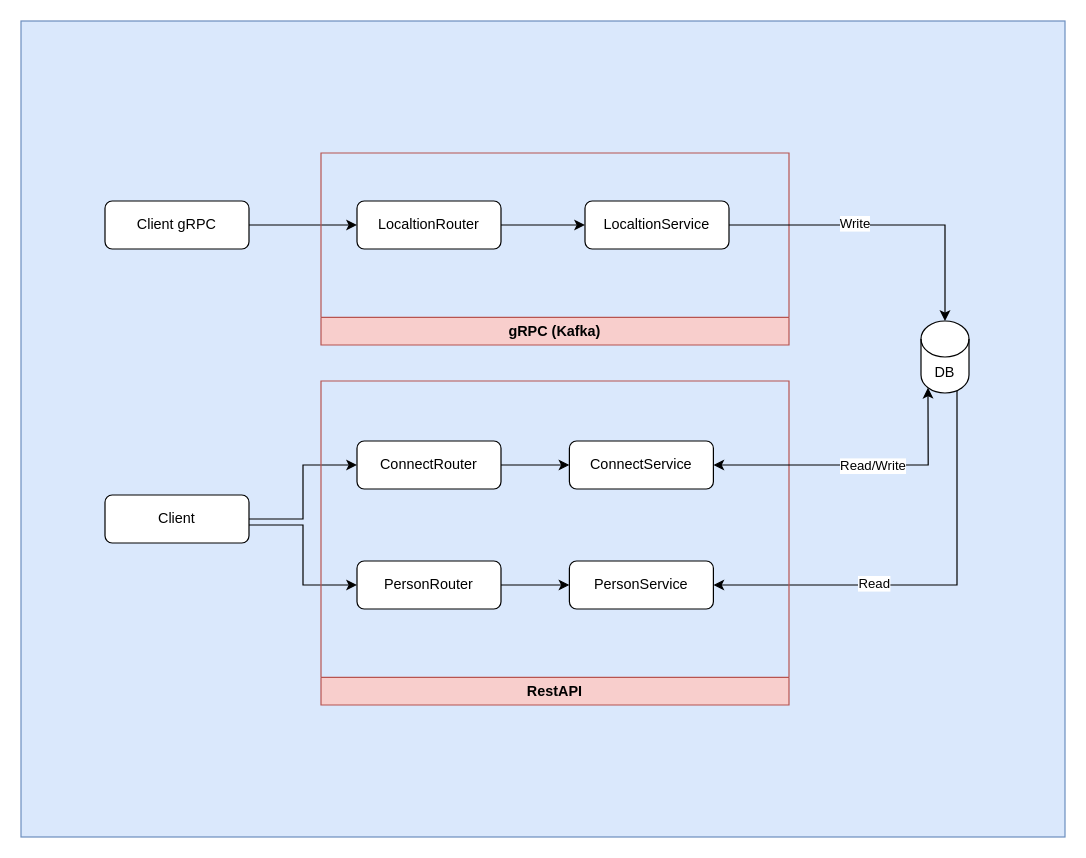
The draw.io diagram docs/draw.drawio in maihoang241993/cloud-prj2, before the edit. Source tidied: cells renumbered, new cells numbered last; positions are measured from the earlier drawing's top-left corner, leaving out a move shared by most shapes. Both pictures are drawn from the tidied source at 120%, with x=0, y=0 at pixel (20, 20).
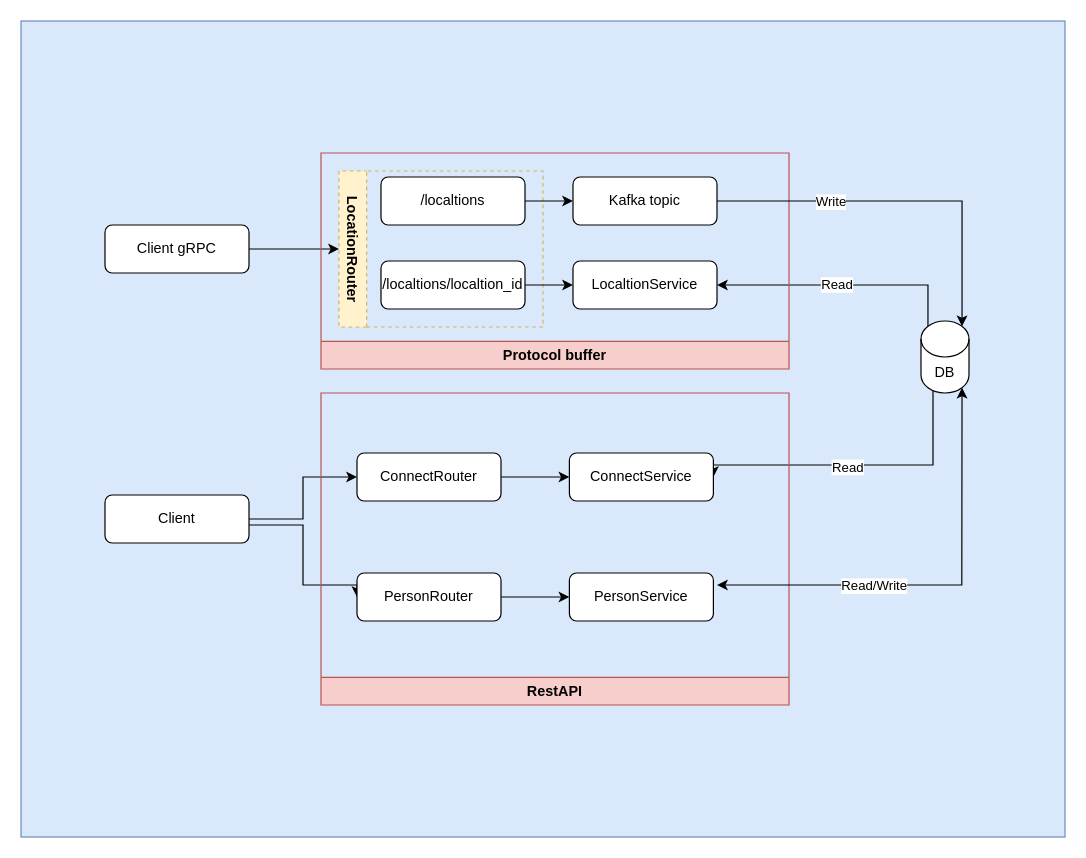
After the change.

The change refers to these unchanged cells:
```xml
<mxCell id="7" value="DB" style="shape=cylinder3;whiteSpace=wrap;html=1;boundedLbl=1;backgroundOutline=1;size=15;" parent="1" vertex="1">
  <mxGeometry x="750" y="250" width="40" height="60" as="geometry" />
</mxCell>
<mxCell id="18" value="PersonService" style="rounded=1;whiteSpace=wrap;html=1;fontSize=12;glass=0;strokeWidth=1;shadow=0;" parent="17" vertex="1">
  <mxGeometry x="207" y="150" width="120" height="40" as="geometry" />
</mxCell>
<mxCell id="19" value="ConnectService" style="rounded=1;whiteSpace=wrap;html=1;fontSize=12;glass=0;strokeWidth=1;shadow=0;" parent="17" vertex="1">
  <mxGeometry x="207" y="50" width="120" height="40" as="geometry" />
</mxCell>
```

What changed in the source:
```diff
@@
-    <mxCell id="3" style="edgeStyle=orthogonalEdgeStyle;rounded=0;jettySize=auto;html=1;" parent="1" edge="1" source="4" target="11">
-      <mxGeometry relative="1" as="geometry" />
-    </mxCell>
+    <mxCell id="26" style="edgeStyle=orthogonalEdgeStyle;rounded=0;jettySize=auto;html=1;entryX=0.5;entryY=0;entryDx=0;entryDy=0;" parent="1" edge="1" source="4" target="32">
+      <mxGeometry relative="1" as="geometry" />
+    </mxCell>
     <mxCell id="4" value="Client gRPC" style="rounded=1;whiteSpace=wrap;html=1;fontSize=12;glass=0;strokeWidth=1;shadow=0;" parent="1" vertex="1">
-      <mxGeometry x="70" y="150" width="120" height="40" as="geometry" />
+      <mxGeometry x="70" y="170" width="120" height="40" as="geometry" />
     </mxCell>
-    <mxCell id="5" style="edgeStyle=orthogonalEdgeStyle;rounded=0;jettySize=auto;html=1;exitX=0.855;exitY=1;exitDx=0;exitDy=-4.35;exitPerimeter=0;entryX=1;entryY=0.5;entryDx=0;entryDy=0;" parent="1" edge="1" source="7" target="18">
-      <mxGeometry relative="1" as="geometry">
-        <Array as="points">
-          <mxPoint x="780" y="306" />
-          <mxPoint x="780" y="470" />
-        </Array>
-      </mxGeometry>
-    </mxCell>
-    <mxCell id="6" value="Read" style="edgeLabel;html=1;align=center;verticalAlign=middle;" parent="5" vertex="1">
-      <mxGeometry x="0.28" y="-2" relative="1" as="geometry" />
-    </mxCell>
+    <mxCell id="27" style="edgeStyle=orthogonalEdgeStyle;rounded=0;jettySize=auto;html=1;exitX=0.145;exitY=1;exitDx=0;exitDy=-4.35;exitPerimeter=0;entryX=1;entryY=0.5;entryDx=0;entryDy=0;" parent="1" edge="1" source="7" target="19">
+      <mxGeometry relative="1" as="geometry">
+        <Array as="points">
+          <mxPoint x="760" y="306" />
+          <mxPoint x="760" y="370" />
+        </Array>
+      </mxGeometry>
+    </mxCell>
+    <mxCell id="28" value="Read" style="edgeLabel;html=1;align=center;verticalAlign=middle;" parent="27" vertex="1">
+      <mxGeometry x="0.07" y="1" relative="1" as="geometry" />
+    </mxCell>
+    <mxCell id="29" style="edgeStyle=orthogonalEdgeStyle;rounded=0;jettySize=auto;html=1;exitX=0.145;exitY=0;exitDx=0;exitDy=4.35;exitPerimeter=0;entryX=1;entryY=0.5;entryDx=0;entryDy=0;" parent="1" edge="1" source="7" target="9">
+      <mxGeometry relative="1" as="geometry">
+        <Array as="points">
+          <mxPoint x="756" y="220" />
+        </Array>
+      </mxGeometry>
+    </mxCell>
+    <mxCell id="30" value="Read" style="edgeLabel;html=1;align=center;verticalAlign=middle;" parent="29" vertex="1">
+      <mxGeometry x="0.06" y="-1" relative="1" as="geometry" />
+    </mxCell>
@@
-    <mxCell id="8" value="gRPC (Kafka)" style="swimlane;whiteSpace=wrap;html=1;direction=west;fillColor=#f8cecc;strokeColor=#b85450;" parent="1" vertex="1">
-      <mxGeometry x="250" y="110" width="390" height="160" as="geometry" />
+    <mxCell id="8" value="Protocol&amp;nbsp;buffer" style="swimlane;whiteSpace=wrap;html=1;direction=west;fillColor=#f8cecc;strokeColor=#b85450;" parent="1" vertex="1">
+      <mxGeometry x="250" y="110" width="390" height="180" as="geometry" />
     </mxCell>
     <mxCell id="9" value="LocaltionService" style="rounded=1;whiteSpace=wrap;html=1;fontSize=12;glass=0;strokeWidth=1;shadow=0;" parent="8" vertex="1">
-      <mxGeometry x="220" y="40" width="120" height="40" as="geometry" />
+      <mxGeometry x="210" y="90" width="120" height="40" as="geometry" />
     </mxCell>
+    <mxCell id="31" value="Kafka topic" style="rounded=1;whiteSpace=wrap;html=1;fontSize=12;glass=0;strokeWidth=1;shadow=0;" parent="8" vertex="1">
+      <mxGeometry x="210" y="20" width="120" height="40" as="geometry" />
+    </mxCell>
+    <mxCell id="32" value="LocationRouter" style="swimlane;whiteSpace=wrap;html=1;direction=west;fillColor=#fff2cc;strokeColor=#d6b656;rotation=90;dashed=1;" parent="8" vertex="1">
+      <mxGeometry x="35" y="-5" width="130" height="170" as="geometry" />
+    </mxCell>
+    <mxCell id="33" value="/localtions/localtion_id" style="rounded=1;whiteSpace=wrap;html=1;fontSize=12;glass=0;strokeWidth=1;shadow=0;" parent="32" vertex="1">
+      <mxGeometry x="15" y="95" width="120" height="40" as="geometry" />
+    </mxCell>
+    <mxCell id="11" value="/localtions" style="rounded=1;whiteSpace=wrap;html=1;fontSize=12;glass=0;strokeWidth=1;shadow=0;" parent="32" vertex="1">
+      <mxGeometry x="15" y="25" width="120" height="40" as="geometry" />
+    </mxCell>
+    <mxCell id="34" style="edgeStyle=orthogonalEdgeStyle;rounded=0;jettySize=auto;html=1;exitX=1;exitY=0.5;exitDx=0;exitDy=0;entryX=0;entryY=0.5;entryDx=0;entryDy=0;" parent="8" edge="1" source="33" target="9">
+      <mxGeometry relative="1" as="geometry" />
+    </mxCell>
-    <mxCell id="10" style="edgeStyle=orthogonalEdgeStyle;rounded=0;jettySize=auto;html=1;entryX=0;entryY=0.5;entryDx=0;entryDy=0;" parent="8" edge="1" source="11" target="9">
+    <mxCell id="10" style="edgeStyle=orthogonalEdgeStyle;rounded=0;jettySize=auto;html=1;entryX=0;entryY=0.5;entryDx=0;entryDy=0;" parent="8" edge="1" source="11" target="31">
       <mxGeometry relative="1" as="geometry" />
     </mxCell>
-    <mxCell id="11" value="LocaltionRouter" style="rounded=1;whiteSpace=wrap;html=1;fontSize=12;glass=0;strokeWidth=1;shadow=0;" parent="8" vertex="1">
-      <mxGeometry x="30" y="40" width="120" height="40" as="geometry" />
-    </mxCell>
-    <mxCell id="12" style="edgeStyle=orthogonalEdgeStyle;rounded=0;jettySize=auto;html=1;entryX=0.5;entryY=0;entryDx=0;entryDy=0;entryPerimeter=0;" parent="1" edge="1" source="9" target="7">
-      <mxGeometry relative="1" as="geometry" />
-    </mxCell>
-    <mxCell id="13" value="Write" style="edgeLabel;html=1;align=center;verticalAlign=middle;" parent="12" vertex="1">
-      <mxGeometry x="-0.2" y="2" relative="1" as="geometry" />
-    </mxCell>
@@
     <mxCell id="17" value="RestAPI" style="swimlane;whiteSpace=wrap;html=1;direction=west;fillColor=#f8cecc;strokeColor=#b85450;" parent="1" vertex="1">
-      <mxGeometry x="250" y="300" width="390" height="270" as="geometry" />
+      <mxGeometry x="250" y="310" width="390" height="260" as="geometry" />
     </mxCell>
@@
-    <mxCell id="24" style="endArrow=classic;startArrow=classic;html=1;rounded=0;exitX=1;exitY=0.5;exitDx=0;exitDy=0;entryX=0.145;entryY=1;entryDx=0;entryDy=-4.35;entryPerimeter=0;" parent="1" edge="1" source="19" target="7">
-      <mxGeometry relative="1" as="geometry">
-        <Array as="points">
-          <mxPoint x="756" y="370" />
-        </Array>
-      </mxGeometry>
-    </mxCell>
+    <mxCell id="35" style="endArrow=classic;startArrow=classic;html=1;rounded=0;entryX=0.855;entryY=1;entryDx=0;entryDy=-4.35;entryPerimeter=0;" parent="1" edge="1" target="7">
+      <mxGeometry relative="1" as="geometry">
+        <mxPoint x="580" y="470" as="sourcePoint" />
+        <Array as="points">
+          <mxPoint x="784" y="470" />
+        </Array>
+      </mxGeometry>
+    </mxCell>
-    <mxCell id="25" value="Read/Write" style="edgeLabel;html=1;align=center;verticalAlign=middle;" parent="24" vertex="1">
+    <mxCell id="25" value="Read/Write" style="edgeLabel;html=1;align=center;verticalAlign=middle;" parent="35" vertex="1">
       <mxGeometry x="-0.38" y="1" relative="1" as="geometry">
-        <mxPoint x="57" y="1" as="offset" />
+        <mxPoint x="16" y="1" as="offset" />
       </mxGeometry>
     </mxCell>
+    <mxCell id="36" style="edgeStyle=orthogonalEdgeStyle;rounded=0;jettySize=auto;html=1;entryX=0.855;entryY=0;entryDx=0;entryDy=4.35;entryPerimeter=0;" parent="1" edge="1" source="31" target="7">
+      <mxGeometry relative="1" as="geometry" />
+    </mxCell>
+    <mxCell id="13" value="Write" style="edgeLabel;html=1;align=center;verticalAlign=middle;" parent="36" vertex="1">
+      <mxGeometry x="-0.39" relative="1" as="geometry" />
+    </mxCell>
```
